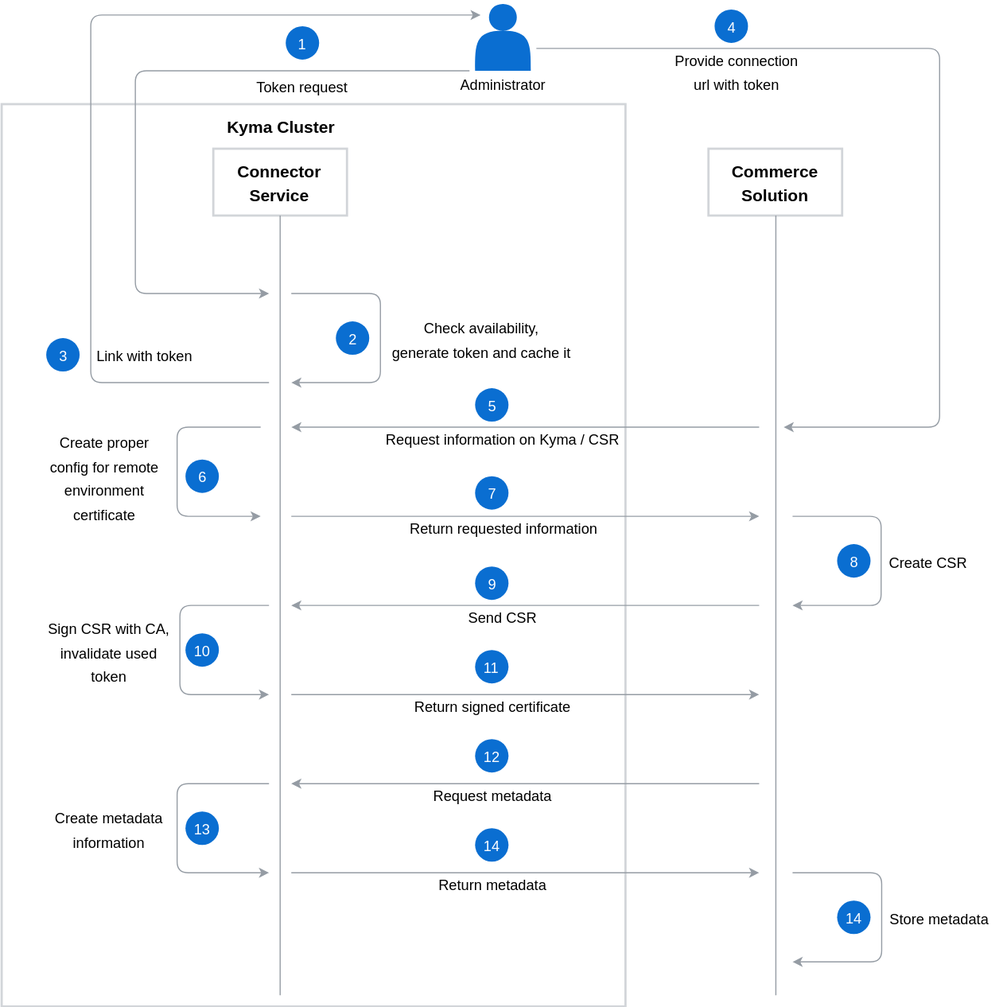
Earlier version of the draw.io export docs/05-technical-reference/03-architecture/assets/ac-automatic-configuration.svg (kyma-project/kyma). Source tidied: cells renumbered, new cells last; positions are measured from the earlier drawing's top-left corner, leaving out a move shared by most shapes.
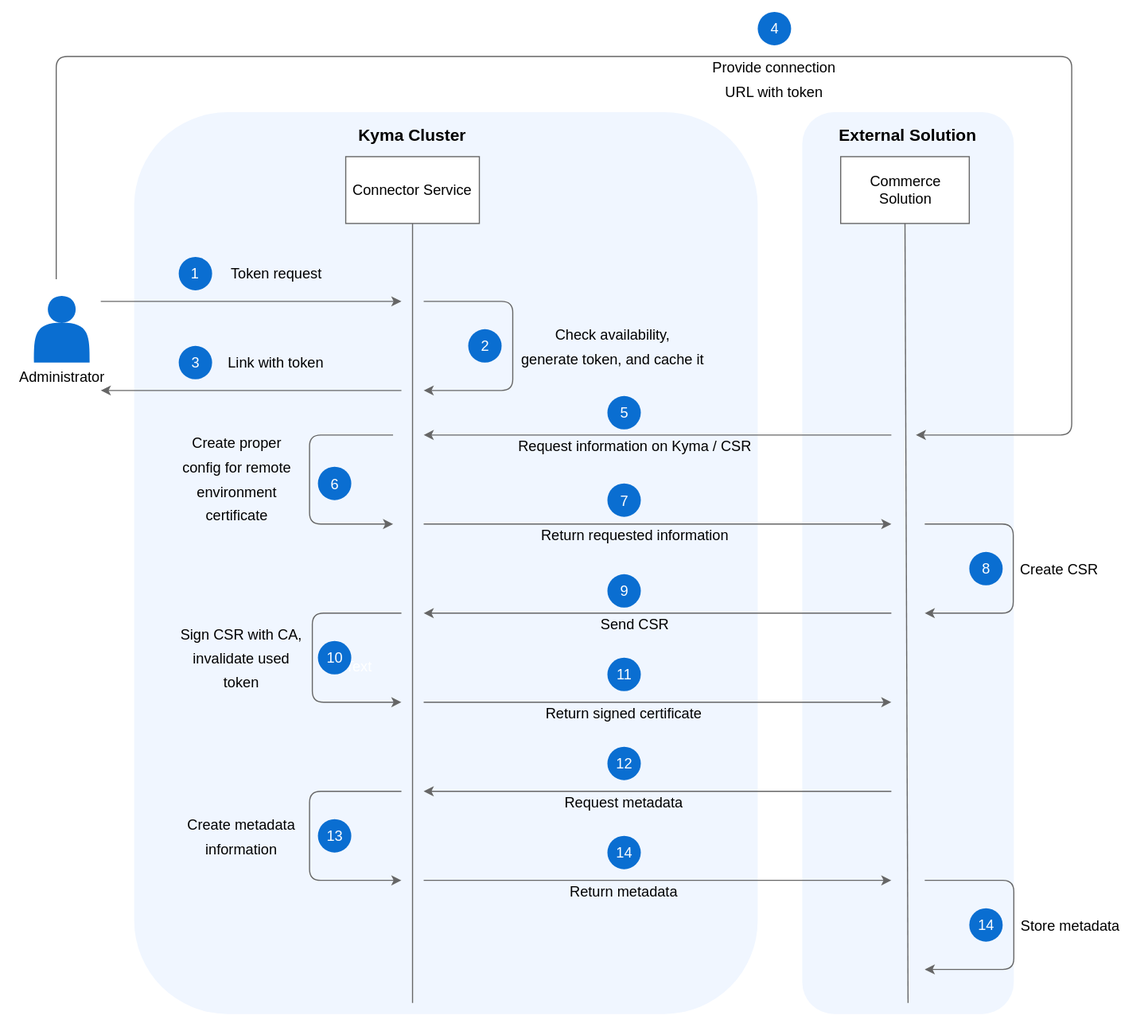
The same diagram one commit later.

Diff of the diagram source:
```diff
@@ -4,12 +4,24 @@
     <mxCell id="1" parent="0" />
-    <mxCell id="2" style="rounded=0;whiteSpace=wrap;html=1;shadow=0;glass=0;comic=0;labelBackgroundColor=none;strokeColor=#D2D5D9;strokeWidth=2;fillColor=none;fontSize=13;fontColor=#FFFFFF;align=center;" parent="1" vertex="1">
-      <mxGeometry y="90" width="560" height="810" as="geometry" />
-    </mxCell>
+    <mxCell id="56" style="rounded=0;whiteSpace=wrap;html=1;labelBackgroundColor=none;fontSize=13;strokeWidth=1;fillColor=#ffffff;gradientColor=none;align=right;strokeColor=none;" parent="1" vertex="1">
+      <mxGeometry x="-120" y="-10" width="1030" height="920" as="geometry" />
+    </mxCell>
+    <mxCell id="57" style="group;" parent="1" vertex="1">
+      <mxGeometry x="600" y="90" width="190" height="810" as="geometry" />
+    </mxCell>
+    <mxCell id="58" style="rounded=1;whiteSpace=wrap;html=1;strokeColor=none;fillColor=#F0F6FF;" parent="57" vertex="1">
+      <mxGeometry width="190" height="810" as="geometry" />
+    </mxCell>
+    <mxCell id="59" value="&lt;font color=&quot;#000000&quot; size=&quot;1&quot;&gt;&lt;b style=&quot;font-size: 15px&quot;&gt;External Solution&lt;/b&gt;&lt;/font&gt;" style="text;html=1;strokeColor=none;fillColor=none;align=center;verticalAlign=middle;whiteSpace=wrap;rounded=0;shadow=0;glass=0;comic=0;labelBackgroundColor=none;fontSize=13;fontColor=#FFFFFF;" parent="57" vertex="1">
+      <mxGeometry x="30" y="10" width="130" height="20" as="geometry" />
+    </mxCell>
+    <mxCell id="60" style="rounded=1;whiteSpace=wrap;html=1;strokeColor=none;fillColor=#F0F6FF;" parent="1" vertex="1">
+      <mxGeometry y="90" width="560" height="810" as="geometry" />
+    </mxCell>
-    <mxCell id="3" value="&lt;font style=&quot;font-size: 15px&quot;&gt;&lt;b&gt;Connector Service&lt;/b&gt;&lt;/font&gt;" style="rounded=0;whiteSpace=wrap;html=1;strokeColor=#D2D5D9;strokeWidth=2;fillColor=#ffffff;fontFamily=Helvetica;fontSize=18;fontColor=#000000;align=center;" parent="1" vertex="1">
+    <mxCell id="3" value="&lt;font style=&quot;font-size: 13px;&quot;&gt;&lt;span style=&quot;font-size: 13px;&quot;&gt;Connector Service&lt;/span&gt;&lt;/font&gt;" style="rounded=0;whiteSpace=wrap;html=1;strokeWidth=1;fillColor=#ffffff;fontFamily=Helvetica;fontSize=13;fontColor=#000000;align=center;strokeColor=#666666;" parent="1" vertex="1">
       <mxGeometry x="190" y="130" width="120" height="60" as="geometry" />
     </mxCell>
-    <mxCell id="4" value="&lt;font style=&quot;font-size: 15px&quot;&gt;&lt;b&gt;Commerce Solution&lt;/b&gt;&lt;/font&gt;&lt;br&gt;" style="rounded=0;whiteSpace=wrap;html=1;strokeColor=#D2D5D9;strokeWidth=2;fillColor=#ffffff;fontFamily=Helvetica;fontSize=18;fontColor=#000000;align=center;" parent="1" vertex="1">
-      <mxGeometry x="634.5" y="130" width="120" height="60" as="geometry" />
+    <mxCell id="4" value="&lt;font style=&quot;font-size: 13px;&quot;&gt;&lt;span style=&quot;font-size: 13px;&quot;&gt;Commerce Solution&lt;/span&gt;&lt;/font&gt;" style="rounded=0;whiteSpace=wrap;html=1;strokeWidth=1;fillColor=#ffffff;fontFamily=Helvetica;fontSize=13;fontColor=#000000;align=center;strokeColor=#666666;" parent="1" vertex="1">
+      <mxGeometry x="634.5" y="130" width="115.5" height="60" as="geometry" />
     </mxCell>
-    <mxCell id="5" style="endArrow=none;html=1;labelBackgroundColor=none;strokeColor=#959CA4;strokeWidth=1;fillColor=#000000;fontFamily=Helvetica;fontSize=18;fontColor=#000000;entryX=0.5;entryY=1;entryDx=0;entryDy=0;" parent="1" edge="1" target="3">
+    <mxCell id="5" style="endArrow=none;html=1;labelBackgroundColor=none;strokeWidth=1;fillColor=#000000;fontFamily=Helvetica;fontSize=18;fontColor=#000000;entryX=0.5;entryY=1;entryDx=0;entryDy=0;strokeColor=#666666;" parent="1" edge="1" target="3">
       <mxGeometry relative="1" as="geometry">
@@ -18,3 +30,3 @@
     </mxCell>
-    <mxCell id="6" style="endArrow=none;html=1;labelBackgroundColor=none;strokeColor=#959CA4;strokeWidth=1;fillColor=#000000;fontFamily=Helvetica;fontSize=18;fontColor=#000000;entryX=0.5;entryY=1;" parent="1" edge="1" target="4">
+    <mxCell id="6" style="endArrow=none;html=1;labelBackgroundColor=none;strokeWidth=1;fillColor=#000000;fontFamily=Helvetica;fontSize=18;fontColor=#000000;entryX=0.5;entryY=1;strokeColor=#666666;" parent="1" edge="1" target="4">
       <mxGeometry relative="1" as="geometry">
@@ -23,8 +35,7 @@
     </mxCell>
-    <mxCell id="7" style="endArrow=classic;html=1;labelBackgroundColor=none;strokeColor=#959CA4;strokeWidth=1;fillColor=#000000;fontFamily=Helvetica;fontSize=18;fontColor=#000000;" parent="1" edge="1">
+    <mxCell id="7" style="endArrow=classic;html=1;labelBackgroundColor=none;strokeWidth=1;fillColor=#000000;fontFamily=Helvetica;fontSize=18;fontColor=#000000;strokeColor=#666666;" parent="1" edge="1">
       <mxGeometry relative="1" as="geometry">
-        <mxPoint x="420" y="60" as="sourcePoint" />
+        <mxPoint x="-30" y="260" as="sourcePoint" />
         <mxPoint x="240" y="260" as="targetPoint" />
         <Array as="points">
-          <mxPoint x="120" y="60" />
           <mxPoint x="120" y="260" />
@@ -34,5 +45,5 @@
     <mxCell id="8" value="Token request" style="text;html=1;strokeColor=none;fillColor=none;align=center;verticalAlign=middle;whiteSpace=wrap;rounded=0;fontFamily=Helvetica;fontSize=13;fontColor=#000000;" parent="1" vertex="1">
-      <mxGeometry x="210" y="64" width="120" height="20" as="geometry" />
+      <mxGeometry x="68" y="225" width="120" height="20" as="geometry" />
     </mxCell>
-    <mxCell id="9" style="endArrow=classic;html=1;labelBackgroundColor=none;strokeColor=#959CA4;strokeWidth=1;fillColor=#000000;fontFamily=Helvetica;fontSize=18;fontColor=#000000;" parent="1" edge="1">
+    <mxCell id="9" style="endArrow=classic;html=1;labelBackgroundColor=none;strokeWidth=1;fillColor=#000000;fontFamily=Helvetica;fontSize=18;fontColor=#000000;strokeColor=#666666;" parent="1" edge="1">
       <mxGeometry relative="1" as="geometry">
@@ -46,12 +57,11 @@
     </mxCell>
-    <mxCell id="10" value="&lt;font style=&quot;font-size: 13px&quot;&gt;Check availability, &lt;br&gt;generate token and cache it&lt;/font&gt;" style="text;html=1;strokeColor=none;fillColor=none;align=center;verticalAlign=middle;whiteSpace=wrap;rounded=0;fontFamily=Helvetica;fontSize=18;fontColor=#000000;" parent="1" vertex="1">
+    <mxCell id="10" value="&lt;font style=&quot;font-size: 13px&quot;&gt;Check availability, &lt;br&gt;generate token, and cache it&lt;/font&gt;" style="text;html=1;strokeColor=none;fillColor=none;align=center;verticalAlign=middle;whiteSpace=wrap;rounded=0;fontFamily=Helvetica;fontSize=18;fontColor=#000000;" parent="1" vertex="1">
       <mxGeometry x="315" y="260" width="230" height="80" as="geometry" />
     </mxCell>
-    <mxCell id="11" style="endArrow=classic;html=1;labelBackgroundColor=none;strokeColor=#959CA4;strokeWidth=1;fillColor=#000000;fontFamily=Helvetica;fontSize=18;fontColor=#000000;" parent="1" edge="1">
+    <mxCell id="11" style="endArrow=classic;html=1;labelBackgroundColor=none;strokeWidth=1;fillColor=#000000;fontFamily=Helvetica;fontSize=18;fontColor=#000000;strokeColor=#666666;" parent="1" edge="1">
       <mxGeometry relative="1" as="geometry">
         <mxPoint x="240" y="340" as="sourcePoint" />
-        <mxPoint x="430" y="10" as="targetPoint" />
+        <mxPoint x="-30" y="340" as="targetPoint" />
         <Array as="points">
           <mxPoint x="80" y="340" />
-          <mxPoint x="80" y="10" />
         </Array>
@@ -62,7 +72,8 @@
     </mxCell>
-    <mxCell id="13" style="endArrow=classic;html=1;labelBackgroundColor=none;strokeColor=#959CA4;strokeWidth=1;fillColor=#000000;fontFamily=Helvetica;fontSize=18;fontColor=#000000;" parent="1" edge="1">
+    <mxCell id="13" style="endArrow=classic;html=1;labelBackgroundColor=none;strokeWidth=1;fillColor=#000000;fontFamily=Helvetica;fontSize=18;fontColor=#000000;strokeColor=#666666;" parent="1" edge="1">
       <mxGeometry relative="1" as="geometry">
-        <mxPoint x="480" y="40" as="sourcePoint" />
+        <mxPoint x="-70" y="240" as="sourcePoint" />
         <mxPoint x="702" y="380" as="targetPoint" />
         <Array as="points">
+          <mxPoint x="-70" y="40" />
           <mxPoint x="842" y="40" />
@@ -72,6 +83,6 @@
     </mxCell>
-    <mxCell id="14" value="&lt;font style=&quot;font-size: 13px&quot;&gt;Provide connection url with token&lt;/font&gt;" style="text;html=1;strokeColor=none;fillColor=none;align=center;verticalAlign=middle;whiteSpace=wrap;rounded=0;fontFamily=Helvetica;fontSize=18;fontColor=#000000;" parent="1" vertex="1">
-      <mxGeometry x="600" y="50" width="120" height="20" as="geometry" />
+    <mxCell id="14" value="&lt;font style=&quot;font-size: 13px&quot;&gt;Provide connection URL with token&lt;/font&gt;" style="text;html=1;strokeColor=none;fillColor=none;align=center;verticalAlign=middle;whiteSpace=wrap;rounded=0;fontFamily=Helvetica;fontSize=18;fontColor=#000000;" parent="1" vertex="1">
+      <mxGeometry x="515" y="50" width="120" height="20" as="geometry" />
     </mxCell>
-    <mxCell id="15" style="endArrow=classic;html=1;labelBackgroundColor=none;strokeColor=#959CA4;strokeWidth=1;fillColor=#000000;fontFamily=Helvetica;fontSize=18;fontColor=#000000;" parent="1" edge="1">
+    <mxCell id="15" style="endArrow=classic;html=1;labelBackgroundColor=none;strokeWidth=1;fillColor=#000000;fontFamily=Helvetica;fontSize=18;fontColor=#000000;strokeColor=#666666;" parent="1" edge="1">
       <mxGeometry relative="1" as="geometry">
@@ -81,3 +92,3 @@
     </mxCell>
-    <mxCell id="16" style="endArrow=classic;html=1;labelBackgroundColor=none;strokeColor=#959CA4;strokeWidth=1;fillColor=#000000;fontFamily=Helvetica;fontSize=18;fontColor=#000000;" parent="1" edge="1">
+    <mxCell id="16" style="endArrow=classic;html=1;labelBackgroundColor=none;strokeWidth=1;fillColor=#000000;fontFamily=Helvetica;fontSize=18;fontColor=#000000;strokeColor=#666666;" parent="1" edge="1">
       <mxGeometry relative="1" as="geometry">
@@ -91,3 +102,3 @@
     </mxCell>
-    <mxCell id="17" style="endArrow=classic;html=1;labelBackgroundColor=none;strokeColor=#959CA4;strokeWidth=1;fillColor=#000000;fontFamily=Helvetica;fontSize=18;fontColor=#000000;" parent="1" edge="1">
+    <mxCell id="17" style="endArrow=classic;html=1;labelBackgroundColor=none;strokeWidth=1;fillColor=#000000;fontFamily=Helvetica;fontSize=18;fontColor=#000000;strokeColor=#666666;" parent="1" edge="1">
       <mxGeometry relative="1" as="geometry">
@@ -97,3 +108,3 @@
     </mxCell>
-    <mxCell id="18" style="endArrow=classic;html=1;labelBackgroundColor=none;strokeColor=#959CA4;strokeWidth=1;fillColor=#000000;fontFamily=Helvetica;fontSize=18;fontColor=#000000;" parent="1" edge="1">
+    <mxCell id="18" style="endArrow=classic;html=1;labelBackgroundColor=none;strokeWidth=1;fillColor=#000000;fontFamily=Helvetica;fontSize=18;fontColor=#000000;strokeColor=#666666;" parent="1" edge="1">
       <mxGeometry relative="1" as="geometry">
@@ -107,3 +118,3 @@
     </mxCell>
-    <mxCell id="19" style="endArrow=classic;html=1;labelBackgroundColor=none;strokeColor=#959CA4;strokeWidth=1;fillColor=#000000;fontFamily=Helvetica;fontSize=18;fontColor=#000000;" parent="1" edge="1">
+    <mxCell id="19" style="endArrow=classic;html=1;labelBackgroundColor=none;strokeWidth=1;fillColor=#000000;fontFamily=Helvetica;fontSize=18;fontColor=#000000;strokeColor=#666666;" parent="1" edge="1">
       <mxGeometry relative="1" as="geometry">
@@ -113,3 +124,3 @@
     </mxCell>
-    <mxCell id="20" style="endArrow=classic;html=1;labelBackgroundColor=none;strokeColor=#959CA4;strokeWidth=1;fillColor=#000000;fontFamily=Helvetica;fontSize=18;fontColor=#000000;" parent="1" edge="1">
+    <mxCell id="20" style="endArrow=classic;html=1;labelBackgroundColor=none;strokeWidth=1;fillColor=#000000;fontFamily=Helvetica;fontSize=18;fontColor=#000000;strokeColor=#666666;" parent="1" edge="1">
       <mxGeometry relative="1" as="geometry">
@@ -123,3 +134,3 @@
     </mxCell>
-    <mxCell id="21" style="endArrow=classic;html=1;labelBackgroundColor=none;strokeColor=#959CA4;strokeWidth=1;fillColor=#000000;fontFamily=Helvetica;fontSize=18;fontColor=#000000;" parent="1" edge="1">
+    <mxCell id="21" style="endArrow=classic;html=1;labelBackgroundColor=none;strokeWidth=1;fillColor=#000000;fontFamily=Helvetica;fontSize=18;fontColor=#000000;strokeColor=#666666;" parent="1" edge="1">
       <mxGeometry relative="1" as="geometry">
@@ -142,3 +153,3 @@
     <mxCell id="26" value="&lt;font style=&quot;font-size: 13px&quot;&gt;Create proper config for remote environment certificate&lt;/font&gt;" style="text;html=1;strokeColor=none;fillColor=none;align=center;verticalAlign=middle;whiteSpace=wrap;rounded=0;fontFamily=Helvetica;fontSize=18;fontColor=#000000;" parent="1" vertex="1">
-      <mxGeometry x="40" y="380" width="105" height="87" as="geometry" />
+      <mxGeometry x="40" y="375" width="105" height="87" as="geometry" />
     </mxCell>
@@ -151,9 +162,9 @@
     <mxCell id="29" style="shape=actor;whiteSpace=wrap;html=1;rounded=0;shadow=0;glass=0;comic=0;labelBackgroundColor=none;strokeColor=none;strokeWidth=1;fillColor=#0A6ED1;fontColor=none;" parent="1" vertex="1">
-      <mxGeometry x="425" width="50" height="60" as="geometry" />
+      <mxGeometry x="-90" y="255" width="50" height="60" as="geometry" />
     </mxCell>
     <mxCell id="30" value="Administrator&lt;br style=&quot;font-size: 13px;&quot;&gt;" style="text;html=1;align=center;verticalAlign=middle;spacingTop=-4;fontColor=none;fontSize=13;" parent="1" vertex="1">
-      <mxGeometry x="405" y="64" width="90" height="20" as="geometry" />
+      <mxGeometry x="-110" y="320" width="90" height="20" as="geometry" />
     </mxCell>
     <mxCell id="31" value="&lt;h3&gt;&lt;font color=&quot;#ffffff&quot; style=&quot;font-weight: normal ; font-size: 13px&quot;&gt;1&lt;/font&gt;&lt;/h3&gt;" style="ellipse;whiteSpace=wrap;html=1;rounded=0;shadow=0;glass=0;comic=0;labelBackgroundColor=none;strokeColor=none;strokeWidth=1;fillColor=#0A6ED1;gradientColor=none;fontSize=13;fontColor=none;align=center;verticalAlign=middle;" parent="1" vertex="1">
-      <mxGeometry x="255" y="20" width="30" height="30" as="geometry" />
+      <mxGeometry x="40" y="220" width="30" height="30" as="geometry" />
     </mxCell>
@@ -166,3 +177,3 @@
     <mxCell id="34" value="&lt;h3 style=&quot;text-align: center&quot;&gt;&lt;font style=&quot;font-weight: normal ; font-size: 13px&quot;&gt;4&lt;/font&gt;&lt;/h3&gt;" style="ellipse;html=1;rounded=0;shadow=0;glass=0;comic=0;labelBackgroundColor=none;strokeColor=none;strokeWidth=1;fillColor=#0A6ED1;gradientColor=none;fontSize=13;fontColor=#FFFFFF;align=center;verticalAlign=middle;horizontal=1;" parent="1" vertex="1">
-      <mxGeometry x="640" y="5" width="30" height="30" as="geometry" />
+      <mxGeometry x="560" width="30" height="30" as="geometry" />
     </mxCell>
@@ -198,3 +209,3 @@
     </mxCell>
-    <mxCell id="45" style="endArrow=classic;html=1;labelBackgroundColor=none;strokeColor=#959CA4;strokeWidth=1;fillColor=#000000;fontFamily=Helvetica;fontSize=18;fontColor=#000000;" parent="1" edge="1">
+    <mxCell id="45" style="endArrow=classic;html=1;labelBackgroundColor=none;strokeWidth=1;fillColor=#000000;fontFamily=Helvetica;fontSize=18;fontColor=#000000;strokeColor=#666666;" parent="1" edge="1">
       <mxGeometry relative="1" as="geometry">
@@ -207,3 +218,3 @@
     </mxCell>
-    <mxCell id="47" style="endArrow=classic;html=1;labelBackgroundColor=none;strokeColor=#959CA4;strokeWidth=1;fillColor=#000000;fontFamily=Helvetica;fontSize=18;fontColor=#000000;" parent="1" edge="1">
+    <mxCell id="47" style="endArrow=classic;html=1;labelBackgroundColor=none;strokeWidth=1;fillColor=#000000;fontFamily=Helvetica;fontSize=18;fontColor=#000000;strokeColor=#666666;" parent="1" edge="1">
       <mxGeometry relative="1" as="geometry">
@@ -231,3 +242,3 @@
     </mxCell>
-    <mxCell id="54" style="endArrow=classic;html=1;labelBackgroundColor=none;strokeColor=#959CA4;strokeWidth=1;fillColor=#000000;fontFamily=Helvetica;fontSize=18;fontColor=#000000;" parent="1" edge="1">
+    <mxCell id="54" style="endArrow=classic;html=1;labelBackgroundColor=none;strokeWidth=1;fillColor=#000000;fontFamily=Helvetica;fontSize=18;fontColor=#000000;strokeColor=#666666;" parent="1" edge="1">
       <mxGeometry relative="1" as="geometry">
@@ -241,3 +252,3 @@
     </mxCell>
-    <mxCell id="55" style="endArrow=classic;html=1;labelBackgroundColor=none;strokeColor=#959CA4;strokeWidth=1;fillColor=#000000;fontFamily=Helvetica;fontSize=18;fontColor=#000000;" parent="1" edge="1">
+    <mxCell id="55" style="endArrow=classic;html=1;labelBackgroundColor=none;strokeWidth=1;fillColor=#000000;fontFamily=Helvetica;fontSize=18;fontColor=#000000;strokeColor=#666666;" parent="1" edge="1">
       <mxGeometry relative="1" as="geometry">
```
